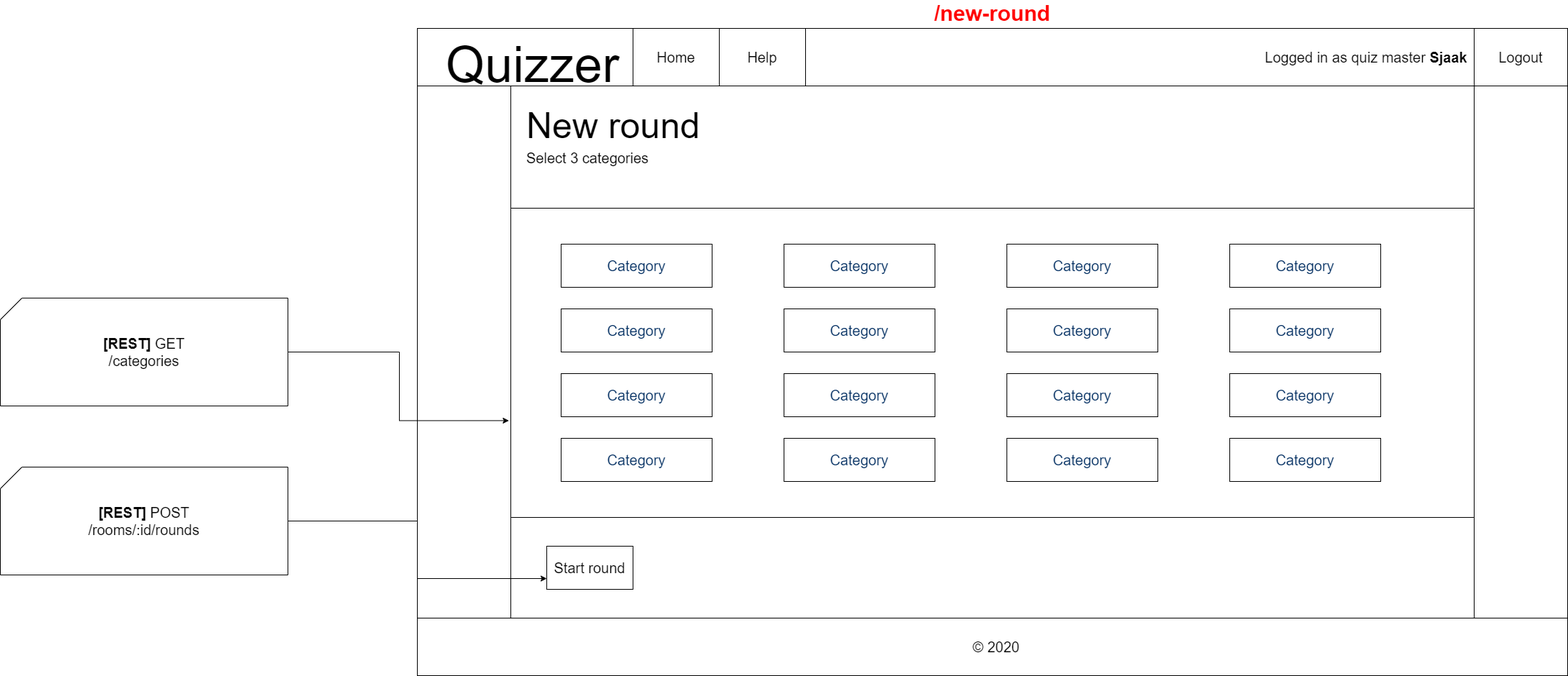
IkBenDeSjaak/Quizzer keeps this draw.io diagram as docs/wireframes-with-interactions/quizmaster-new-round.png. Above is the earlier version. Source tidied: cells renumbered, new cells last; positions are measured from the earlier drawing's top-left corner, leaving out a move shared by most shapes.
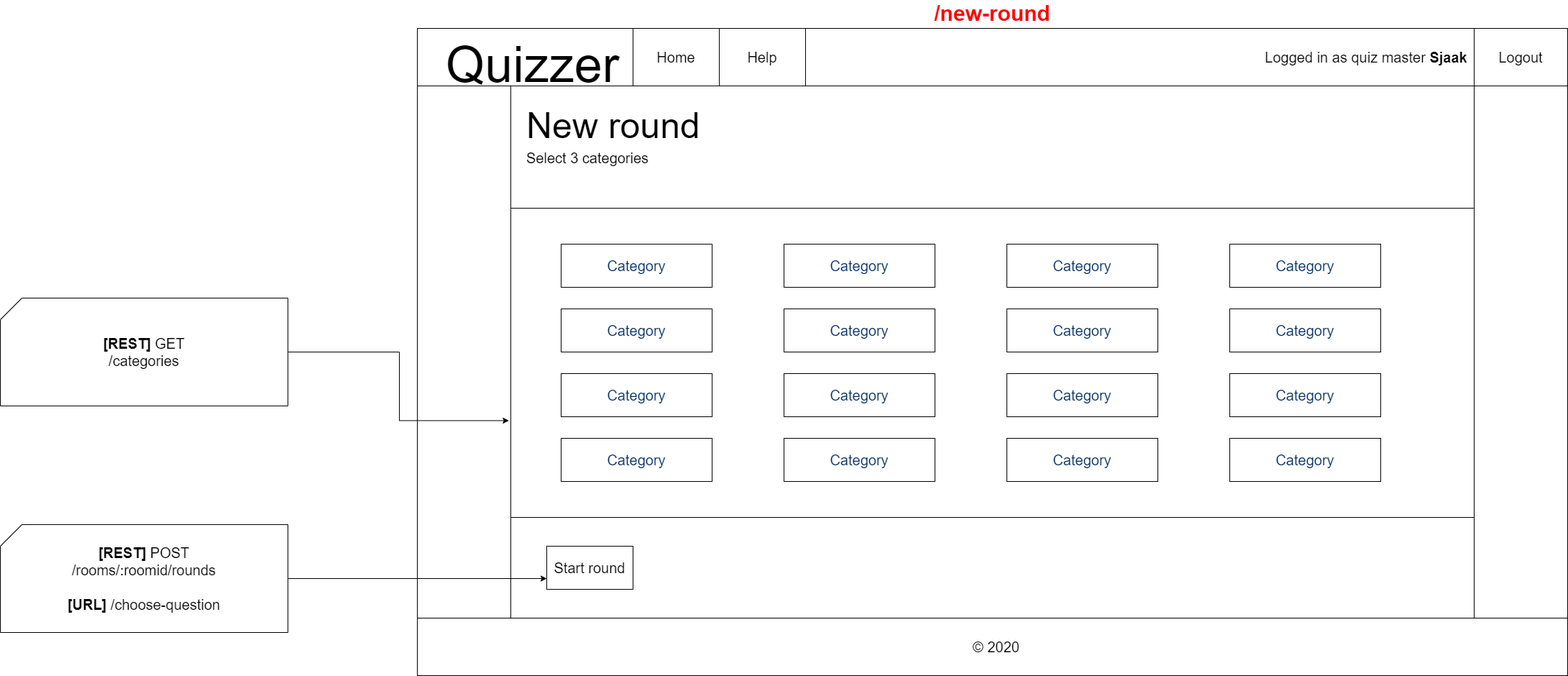
The same file after the commit.

What changed in the source:
```diff
@@ -113,8 +113,8 @@
     <mxCell id="38" style="edgeStyle=orthogonalEdgeStyle;rounded=0;jettySize=auto;html=1;entryX=0;entryY=0.75;entryDx=0;entryDy=0;fontSize=20;" parent="1" edge="1" source="39" target="35">
       <mxGeometry relative="1" as="geometry" />
     </mxCell>
-    <mxCell id="39" value="&lt;b&gt;[REST]&lt;/b&gt;&amp;nbsp;POST&lt;br&gt;/rooms/:id/rounds" style="shape=card;whiteSpace=wrap;html=1;fontSize=20;" parent="1" vertex="1">
-      <mxGeometry y="610" width="400" height="150" as="geometry" />
+    <mxCell id="39" value="&lt;b&gt;[REST]&lt;/b&gt;&amp;nbsp;POST&lt;br&gt;/rooms/:roomid/rounds&lt;br&gt;&lt;br&gt;&lt;b&gt;[URL]&lt;/b&gt;&amp;nbsp;/choose-question" style="shape=card;whiteSpace=wrap;html=1;fontSize=20;" parent="1" vertex="1">
+      <mxGeometry y="690" width="400" height="150" as="geometry" />
     </mxCell>
   </root>
 </mxGraphModel>
```
